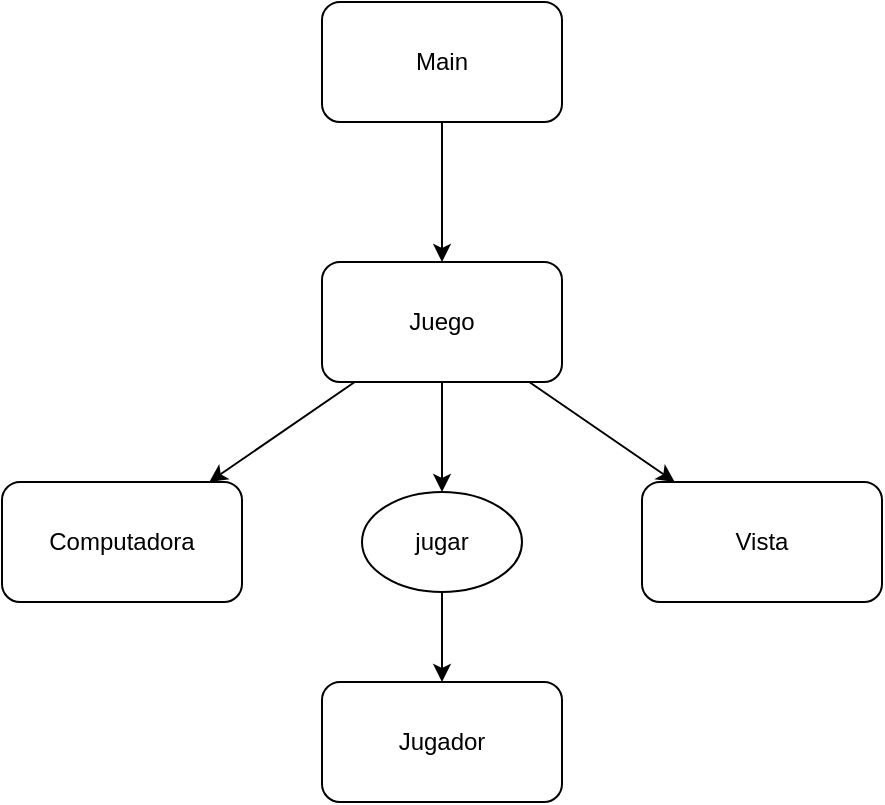
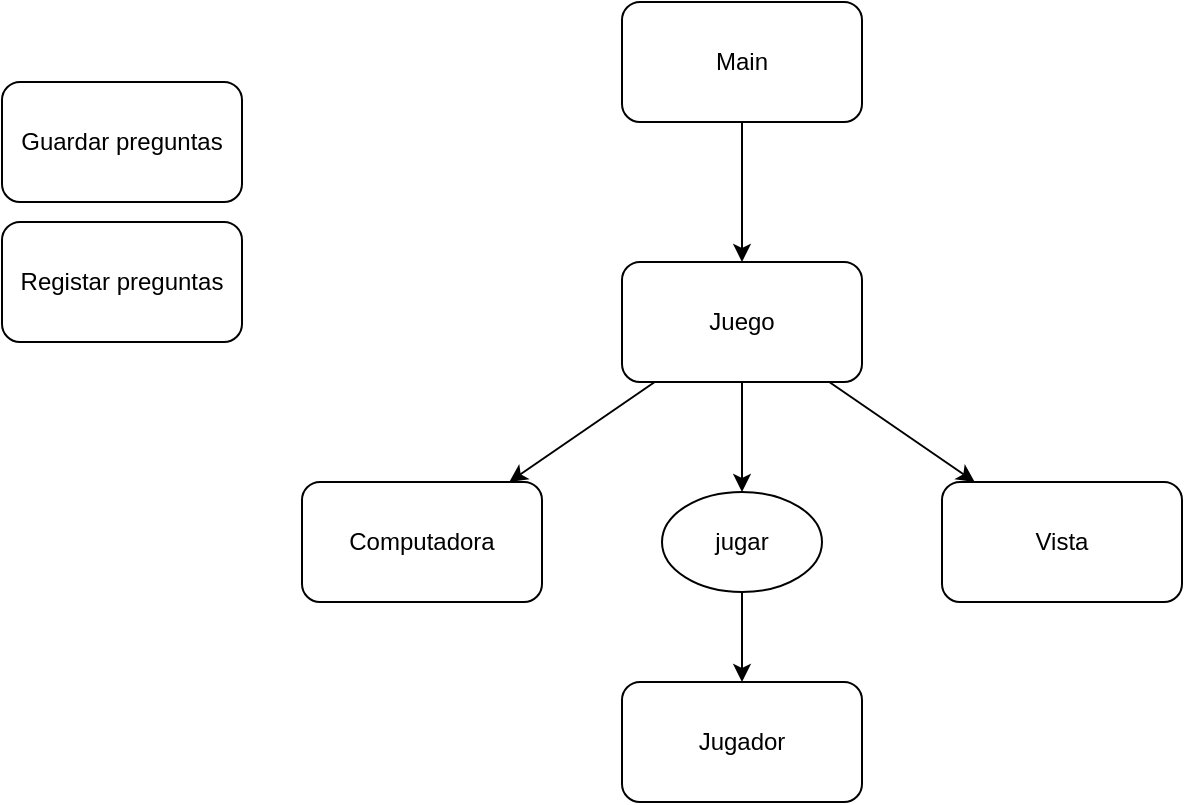
<mxfile host="65bd71144e">
    <diagram id="3JKCuSfHIsYLgqLqEyhU" name="Page-1">
-         <mxGraphModel dx="742" dy="786" grid="1" gridSize="10" guides="1" tooltips="1" connect="1" arrows="1" fold="1" page="1" pageScale="1" pageWidth="850" pageHeight="1100" math="0" shadow="0">
+         <mxGraphModel dx="579" dy="673" grid="1" gridSize="10" guides="1" tooltips="1" connect="1" arrows="1" fold="1" page="1" pageScale="1" pageWidth="850" pageHeight="1100" math="0" shadow="0">
            <root>
                <mxCell id="0"/>
                <mxCell id="1" parent="0"/>
-                 <mxCell id="3" value="Vista" style="rounded=1;whiteSpace=wrap;html=1;" vertex="1" parent="1">
+                 <mxCell id="3" value="Vista" style="rounded=1;whiteSpace=wrap;html=1;" parent="1" vertex="1">
                    <mxGeometry x="520" y="360" width="120" height="60" as="geometry"/>
                </mxCell>
-                 <mxCell id="8" value="" style="edgeStyle=none;html=1;" edge="1" parent="1" source="4" target="5">
+                 <mxCell id="8" value="" style="edgeStyle=none;html=1;" parent="1" source="4" target="5" edge="1">
                    <mxGeometry relative="1" as="geometry"/>
                </mxCell>
-                 <mxCell id="4" value="Main" style="rounded=1;whiteSpace=wrap;html=1;" vertex="1" parent="1">
+                 <mxCell id="4" value="Main" style="rounded=1;whiteSpace=wrap;html=1;" parent="1" vertex="1">
                    <mxGeometry x="360" y="120" width="120" height="60" as="geometry"/>
                </mxCell>
-                 <mxCell id="9" value="" style="edgeStyle=none;html=1;" edge="1" parent="1" source="5" target="3">
+                 <mxCell id="9" value="" style="edgeStyle=none;html=1;" parent="1" source="5" target="3" edge="1">
                    <mxGeometry relative="1" as="geometry"/>
                </mxCell>
-                 <mxCell id="17" style="edgeStyle=none;html=1;" edge="1" parent="1" source="5" target="11">
+                 <mxCell id="17" style="edgeStyle=none;html=1;" parent="1" source="5" target="11" edge="1">
                    <mxGeometry relative="1" as="geometry"/>
                </mxCell>
-                 <mxCell id="26" value="" style="edgeStyle=none;html=1;" edge="1" parent="1" source="5" target="24">
+                 <mxCell id="26" value="" style="edgeStyle=none;html=1;" parent="1" source="5" target="24" edge="1">
                    <mxGeometry relative="1" as="geometry"/>
                </mxCell>
-                 <mxCell id="5" value="Juego" style="rounded=1;whiteSpace=wrap;html=1;" vertex="1" parent="1">
+                 <mxCell id="5" value="Juego" style="rounded=1;whiteSpace=wrap;html=1;" parent="1" vertex="1">
                    <mxGeometry x="360" y="250" width="120" height="60" as="geometry"/>
                </mxCell>
-                 <mxCell id="10" value="Jugador" style="rounded=1;whiteSpace=wrap;html=1;" vertex="1" parent="1">
+                 <mxCell id="10" value="Jugador" style="rounded=1;whiteSpace=wrap;html=1;" parent="1" vertex="1">
                    <mxGeometry x="360" y="460" width="120" height="60" as="geometry"/>
                </mxCell>
-                 <mxCell id="11" value="Computadora" style="rounded=1;whiteSpace=wrap;html=1;" vertex="1" parent="1">
+                 <mxCell id="11" value="Computadora" style="rounded=1;whiteSpace=wrap;html=1;" parent="1" vertex="1">
                    <mxGeometry x="200" y="360" width="120" height="60" as="geometry"/>
                </mxCell>
-                 <mxCell id="27" value="" style="edgeStyle=none;html=1;" edge="1" parent="1" source="24" target="10">
+                 <mxCell id="27" value="" style="edgeStyle=none;html=1;" parent="1" source="24" target="10" edge="1">
                    <mxGeometry relative="1" as="geometry"/>
                </mxCell>
-                 <mxCell id="24" value="jugar" style="ellipse;whiteSpace=wrap;html=1;rounded=1;shadow=0;glass=0;sketch=0;strokeColor=default;gradientColor=none;" vertex="1" parent="1">
+                 <mxCell id="24" value="jugar" style="ellipse;whiteSpace=wrap;html=1;rounded=1;shadow=0;glass=0;sketch=0;strokeColor=default;gradientColor=none;" parent="1" vertex="1">
                    <mxGeometry x="380" y="365" width="80" height="50" as="geometry"/>
+                 </mxCell>
+                 <mxCell id="28" value="Registar preguntas" style="rounded=1;whiteSpace=wrap;html=1;" vertex="1" parent="1">
+                     <mxGeometry x="50" y="230" width="120" height="60" as="geometry"/>
+                 </mxCell>
+                 <mxCell id="29" value="Guardar preguntas" style="rounded=1;whiteSpace=wrap;html=1;" vertex="1" parent="1">
+                     <mxGeometry x="50" y="160" width="120" height="60" as="geometry"/>
                </mxCell>
            </root>
        </mxGraphModel>
    </diagram>
</mxfile>